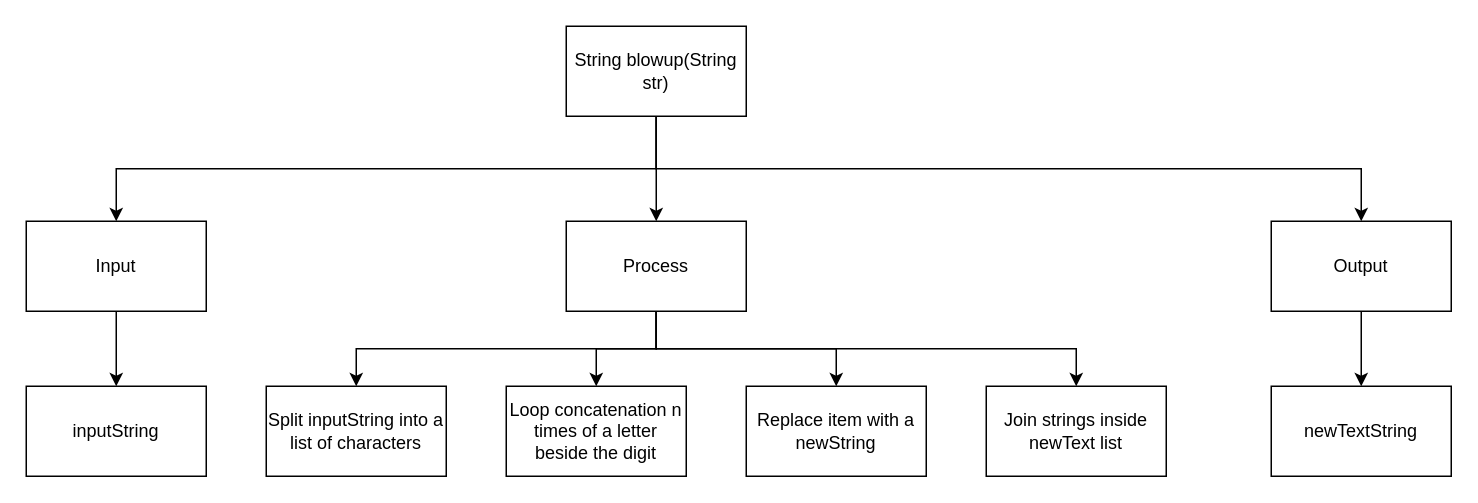
Above: topdown_chart.drawio in Seti-Ngabo/ics4u-assignment-02-typescript (draw.io), before the change. Source tidied: cells renumbered, new cells numbered last; positions are measured from the earlier drawing's top-left corner, leaving out a move shared by most shapes. Both pictures are drawn from the tidied source at 150%, with x=0, y=0 at pixel (26, 26).
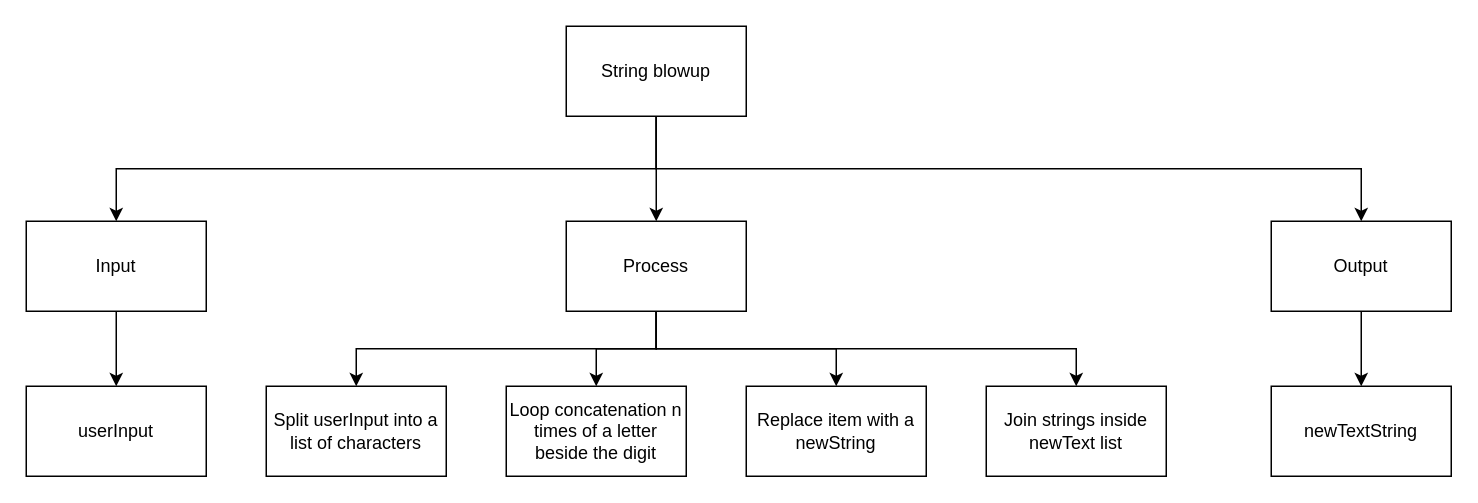
The same page after the edit.

The edit, as a diff of the source:
```diff
@@
-    <mxCell id="5" value="String blowup(String str)" style="rounded=0;whiteSpace=wrap;html=1;" parent="1" vertex="1">
+    <mxCell id="5" value="String blowup" style="rounded=0;whiteSpace=wrap;html=1;" parent="1" vertex="1">
       <mxGeometry x="360" width="120" height="60" as="geometry" />
     </mxCell>
@@
-    <mxCell id="15" value="inputString" style="rounded=0;whiteSpace=wrap;html=1;" parent="1" vertex="1">
+    <mxCell id="15" value="userInput" style="rounded=0;whiteSpace=wrap;html=1;" parent="1" vertex="1">
       <mxGeometry y="240" width="120" height="60" as="geometry" />
     </mxCell>
-    <mxCell id="16" value="Split inputString into a list of characters" style="rounded=0;whiteSpace=wrap;html=1;" parent="1" vertex="1">
+    <mxCell id="16" value="Split userInput into a list of characters" style="rounded=0;whiteSpace=wrap;html=1;" parent="1" vertex="1">
       <mxGeometry x="160" y="240" width="120" height="60" as="geometry" />
     </mxCell>
```
